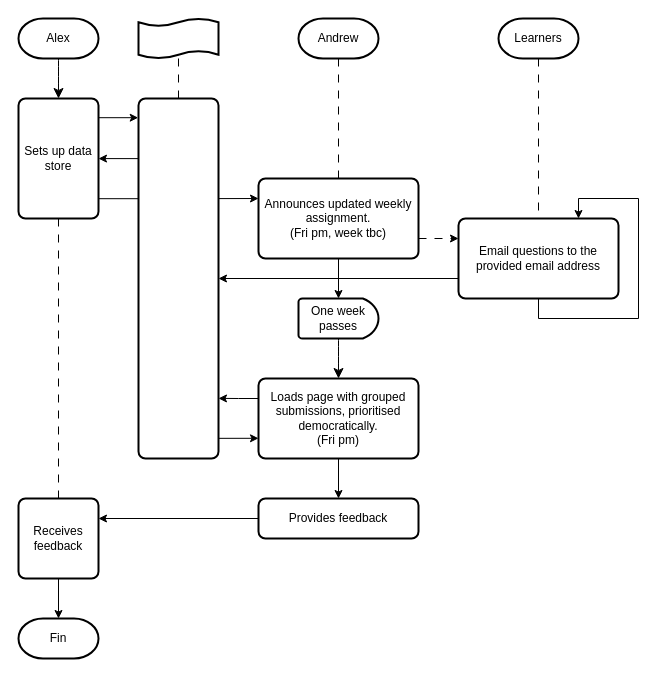
This is flow.drawio from FCOT-Digital/FEED, a draw.io file, before an edit. Source tidied: cells renumbered, new cells numbered last; positions are measured from the earlier drawing's top-left corner, leaving out a move shared by most shapes. Both pictures are drawn from the tidied source at 100%, with x=0, y=0 at pixel (18, 18).
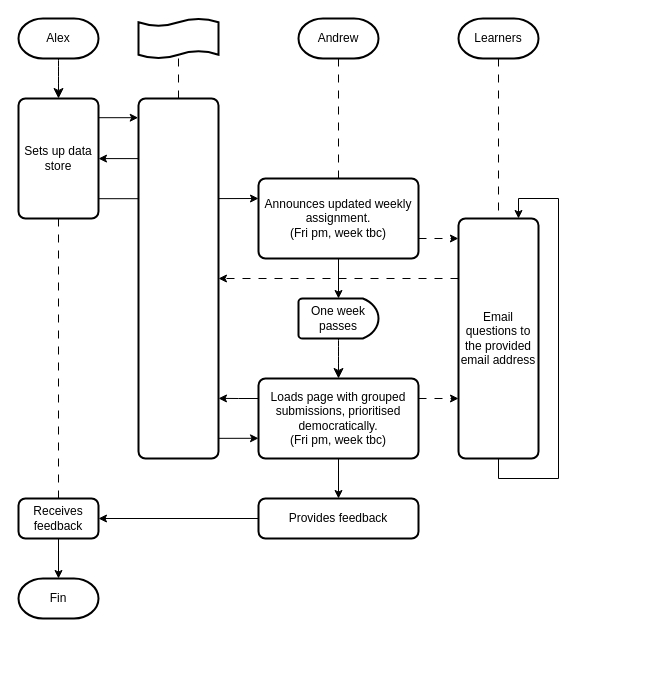
After the change.

Commit message:
Update flow diagram

Unchanged cells that the change refers to:
```xml
<mxCell id="5" value="Announces updated weekly assignment.&lt;div&gt;&lt;span style=&quot;background-color: transparent; color: light-dark(#000000, var(--ge-light-color, #ffffff));&quot;&gt;(Fri pm, week tbc)&lt;/span&gt;&lt;/div&gt;" style="rounded=1;whiteSpace=wrap;html=1;absoluteArcSize=1;arcSize=14;strokeWidth=2;" parent="1" vertex="1">
  <mxGeometry x="240" y="160" width="160" height="80" as="geometry" />
</mxCell>
<mxCell id="22" style="rounded=1;whiteSpace=wrap;html=1;absoluteArcSize=1;arcSize=14;strokeWidth=2;" parent="1" vertex="1">
  <mxGeometry x="120" y="80" width="80" height="360" as="geometry" />
</mxCell>
<mxCell id="31" value="Provides feedback" style="rounded=1;whiteSpace=wrap;html=1;absoluteArcSize=1;arcSize=14;strokeWidth=2;" parent="1" vertex="1">
  <mxGeometry x="240" y="480" width="160" height="40" as="geometry" />
</mxCell>
```

The edit, as a diff of the source:
```diff
@@
-    <mxCell id="4" style="edgeStyle=orthogonalEdgeStyle;rounded=0;jettySize=auto;html=1;exitX=1;exitY=0.75;exitDx=0;exitDy=0;entryX=0;entryY=0.25;entryDx=0;entryDy=0;defaultLabelBackgroundColor=page;dashed=1;dashPattern=8 8;" parent="1" edge="1" source="5" target="13">
-      <mxGeometry relative="1" as="geometry" />
+    <mxCell id="4" style="edgeStyle=orthogonalEdgeStyle;rounded=0;jettySize=auto;html=1;exitX=1;exitY=0.75;exitDx=0;exitDy=0;entryX=-0.001;entryY=0.087;entryDx=0;entryDy=0;defaultLabelBackgroundColor=page;dashed=1;dashPattern=8 8;entryPerimeter=0;" parent="1" edge="1" source="5" target="13">
+      <mxGeometry x="-0.02" relative="1" as="geometry" />
     </mxCell>
@@
-    <mxCell id="7" value="One week passes" style="strokeWidth=2;html=1;shape=mxgraph.flowchart.delay;whiteSpace=wrap;" parent="1" vertex="1">
-      <mxGeometry x="280" y="280" width="80" height="40" as="geometry" />
-    </mxCell>
@@
+    <mxCell id="33" style="edgeStyle=orthogonalEdgeStyle;rounded=0;jettySize=auto;html=1;exitX=1;exitY=0.25;exitDx=0;exitDy=0;entryX=0;entryY=0.75;entryDx=0;entryDy=0;defaultLabelBackgroundColor=page;dashed=1;dashPattern=8 8;" parent="1" edge="1" source="9" target="13">
+      <mxGeometry relative="1" as="geometry" />
+    </mxCell>
-    <mxCell id="9" value="Loads page with grouped submissions, prioritised democratically.&lt;div&gt;(Fri pm)&lt;/div&gt;" style="rounded=1;whiteSpace=wrap;html=1;absoluteArcSize=1;arcSize=14;strokeWidth=2;" parent="1" vertex="1">
+    <mxCell id="9" value="Loads page with grouped submissions, prioritised democratically.&lt;div&gt;(Fri pm, week tbc)&lt;/div&gt;" style="rounded=1;whiteSpace=wrap;html=1;absoluteArcSize=1;arcSize=14;strokeWidth=2;" parent="1" vertex="1">
       <mxGeometry x="240" y="360" width="160" height="80" as="geometry" />
     </mxCell>
@@
     <mxCell id="11" value="Learners" style="strokeWidth=2;html=1;shape=mxgraph.flowchart.terminator;whiteSpace=wrap;" parent="1" vertex="1">
-      <mxGeometry x="480" width="80" height="40" as="geometry" />
+      <mxGeometry x="440" width="80" height="40" as="geometry" />
     </mxCell>
-    <mxCell id="12" style="edgeStyle=orthogonalEdgeStyle;rounded=0;jettySize=auto;html=1;exitX=0;exitY=0.75;exitDx=0;exitDy=0;entryX=1;entryY=0.5;entryDx=0;entryDy=0;defaultLabelBackgroundColor=page;" parent="1" edge="1" source="13" target="22">
-      <mxGeometry relative="1" as="geometry" />
+    <mxCell id="12" style="edgeStyle=orthogonalEdgeStyle;rounded=0;jettySize=auto;html=1;exitX=0;exitY=0.25;exitDx=0;exitDy=0;entryX=1;entryY=0.5;entryDx=0;entryDy=0;defaultLabelBackgroundColor=page;dashed=1;dashPattern=8 8;" parent="1" edge="1" source="13" target="22">
+      <mxGeometry x="0.25" relative="1" as="geometry" />
     </mxCell>
     <mxCell id="13" value="Email questions to the provided email address" style="rounded=1;whiteSpace=wrap;html=1;absoluteArcSize=1;arcSize=14;strokeWidth=2;" parent="1" vertex="1">
-      <mxGeometry x="440" y="200" width="160" height="80" as="geometry" />
+      <mxGeometry x="440" y="200" width="80" height="240" as="geometry" />
     </mxCell>
@@
     <mxCell id="27" value="Receives feedback" style="rounded=1;whiteSpace=wrap;html=1;absoluteArcSize=1;arcSize=14;strokeWidth=2;" parent="1" vertex="1">
-      <mxGeometry y="480" width="80" height="80" as="geometry" />
+      <mxGeometry y="480" width="80" height="40" as="geometry" />
     </mxCell>
     <mxCell id="28" value="Fin" style="strokeWidth=2;html=1;shape=mxgraph.flowchart.terminator;whiteSpace=wrap;" parent="1" vertex="1">
-      <mxGeometry y="600" width="80" height="40" as="geometry" />
+      <mxGeometry y="560" width="80" height="40" as="geometry" />
     </mxCell>
@@
-    <mxCell id="30" style="edgeStyle=orthogonalEdgeStyle;rounded=0;jettySize=auto;html=1;exitX=0;exitY=0.5;exitDx=0;exitDy=0;entryX=1;entryY=0.25;entryDx=0;entryDy=0;defaultLabelBackgroundColor=page;" parent="1" edge="1" source="31" target="27">
+    <mxCell id="30" style="edgeStyle=orthogonalEdgeStyle;rounded=0;jettySize=auto;html=1;exitX=0;exitY=0.5;exitDx=0;exitDy=0;entryX=1;entryY=0.5;entryDx=0;entryDy=0;defaultLabelBackgroundColor=page;" parent="1" edge="1" source="31" target="27">
       <mxGeometry relative="1" as="geometry" />
     </mxCell>
@@
     <mxCell id="32" style="edgeStyle=orthogonalEdgeStyle;rounded=0;orthogonalLoop=1;jettySize=auto;html=1;innerLoopWaypoints=1;exitX=0.5;exitY=1;exitDx=0;exitDy=0;entryX=0.75;entryY=0;entryDx=0;entryDy=0;defaultLabelBackgroundColor=page;" parent="1" edge="1" source="13" target="13">
       <mxGeometry x="-0.12" relative="1" as="geometry">
         <Array as="points">
-          <mxPoint x="520" y="300" />
-          <mxPoint x="620" y="300" />
-          <mxPoint x="620" y="180" />
-          <mxPoint x="560" y="180" />
+          <mxPoint x="480" y="460" />
+          <mxPoint x="540" y="460" />
+          <mxPoint x="540" y="180" />
+          <mxPoint x="500" y="180" />
         </Array>
       </mxGeometry>
     </mxCell>
+    <mxCell id="7" value="One week passes" style="strokeWidth=2;html=1;shape=mxgraph.flowchart.delay;whiteSpace=wrap;" parent="1" vertex="1">
+      <mxGeometry x="280" y="280" width="80" height="40" as="geometry" />
+    </mxCell>
```
